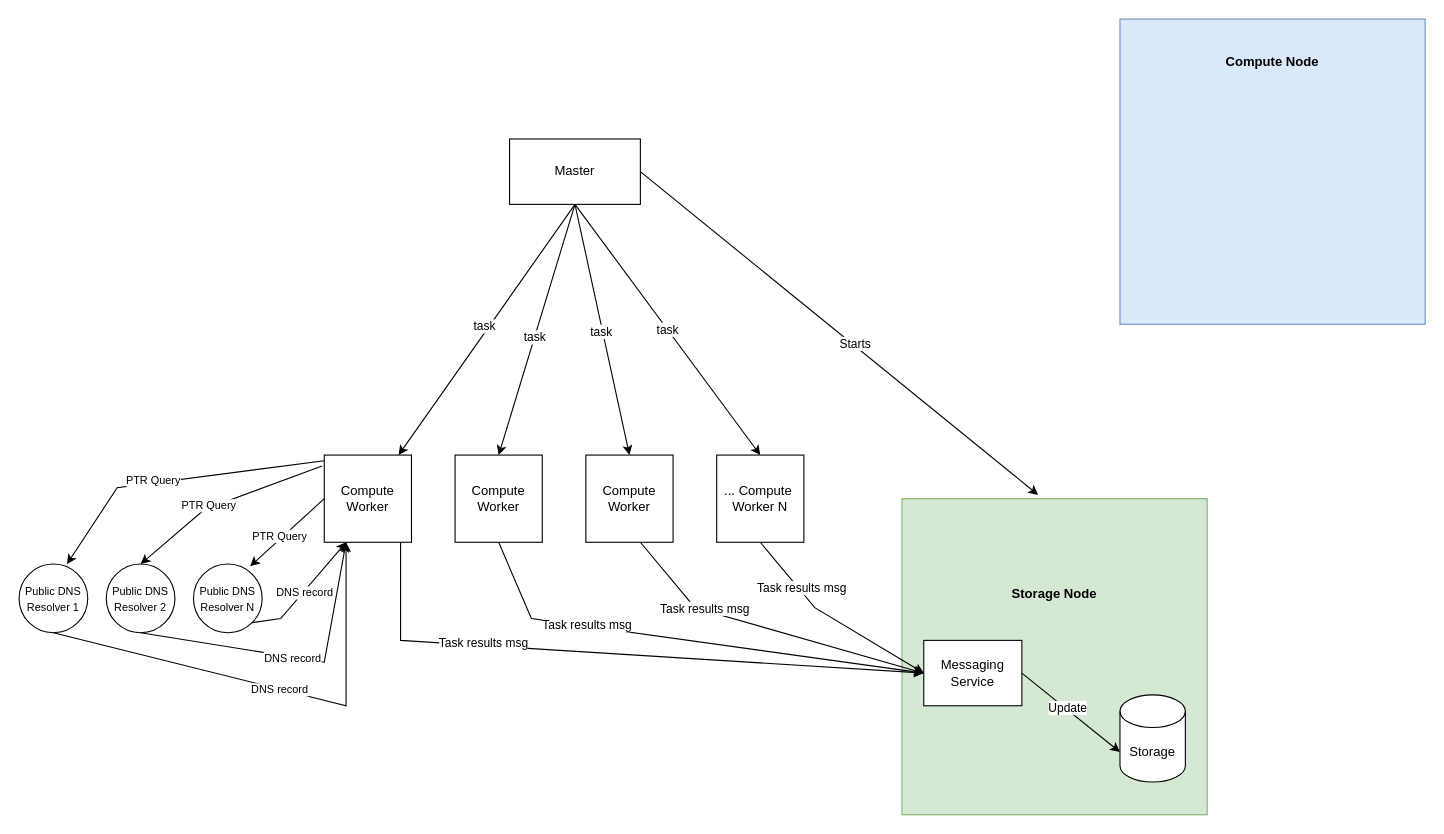
Before: docs/rdns-v2_1_1.drawio in mdobrien/rdns, a draw.io diagram. Source tidied: cells renumbered, new cells numbered last; positions are measured from the earlier drawing's top-left corner, leaving out a move shared by most shapes. Both pictures are drawn from the tidied source at 109%, with x=0, y=0 at pixel (19, 19).
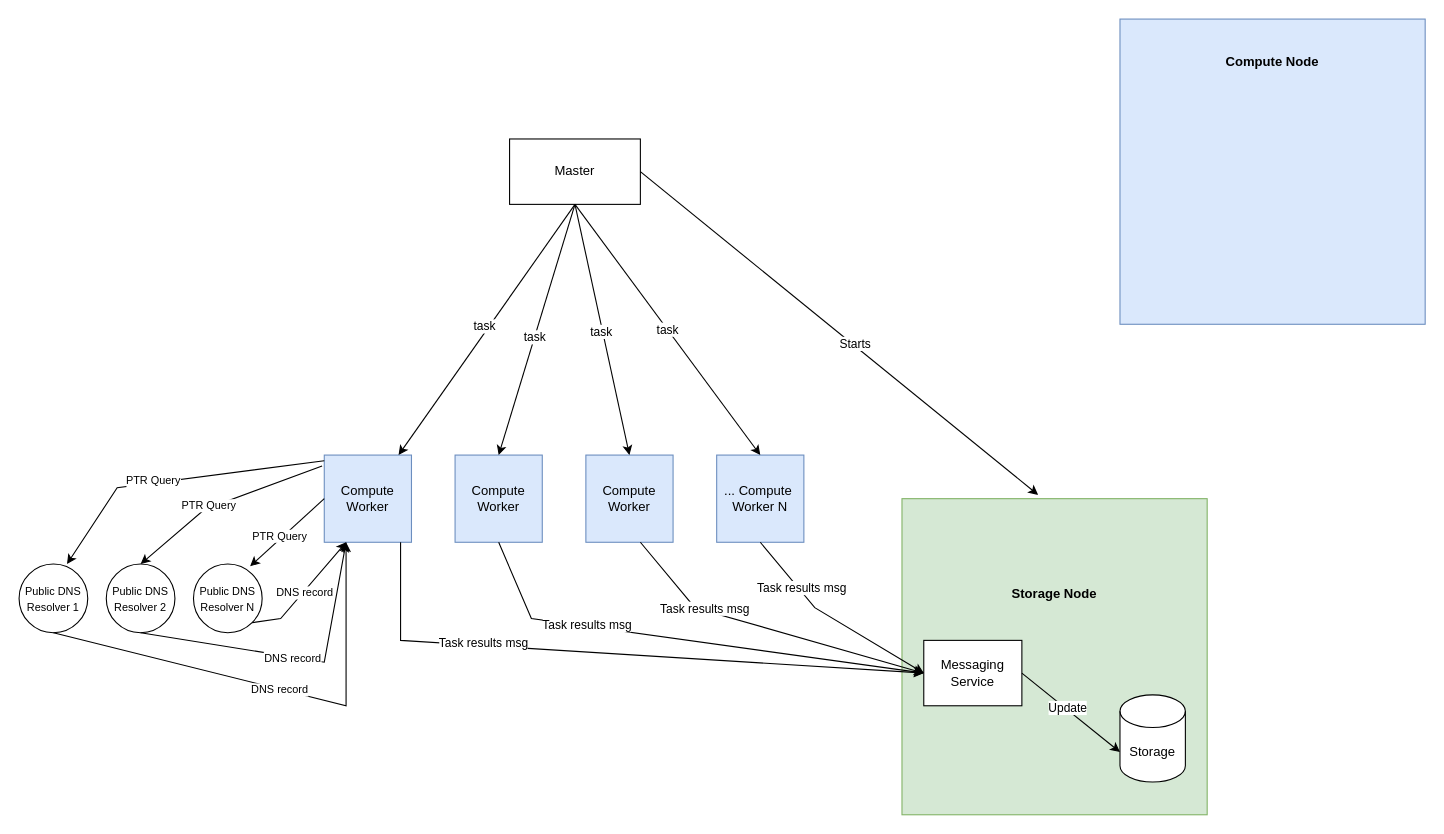
After the change.

Commit message (it also covers changes not shown here):
update to system diagram

The edit, as a diff of the source:
```diff
@@
-    <mxCell id="7" value="Compute Worker" style="whiteSpace=wrap;html=1;" parent="1" vertex="1">
+    <mxCell id="7" value="Compute Worker" style="whiteSpace=wrap;html=1;fillColor=#dae8fc;strokeColor=#6c8ebf;" parent="1" vertex="1">
       <mxGeometry x="280" y="400" width="80" height="80" as="geometry" />
     </mxCell>
-    <mxCell id="8" value="Compute Worker" style="whiteSpace=wrap;html=1;" parent="1" vertex="1">
+    <mxCell id="8" value="Compute Worker" style="whiteSpace=wrap;html=1;fillColor=#dae8fc;strokeColor=#6c8ebf;" parent="1" vertex="1">
       <mxGeometry x="400" y="400" width="80" height="80" as="geometry" />
     </mxCell>
-    <mxCell id="9" value="Compute Worker" style="whiteSpace=wrap;html=1;" parent="1" vertex="1">
+    <mxCell id="9" value="Compute Worker" style="whiteSpace=wrap;html=1;fillColor=#dae8fc;strokeColor=#6c8ebf;" parent="1" vertex="1">
       <mxGeometry x="520" y="400" width="80" height="80" as="geometry" />
     </mxCell>
-    <mxCell id="10" value="... Compute&amp;nbsp;&lt;br&gt;Worker N" style="whiteSpace=wrap;html=1;" parent="1" vertex="1">
+    <mxCell id="10" value="... Compute&amp;nbsp;&lt;br&gt;Worker N" style="whiteSpace=wrap;html=1;fillColor=#dae8fc;strokeColor=#6c8ebf;" parent="1" vertex="1">
       <mxGeometry x="640" y="400" width="80" height="80" as="geometry" />
     </mxCell>
```
